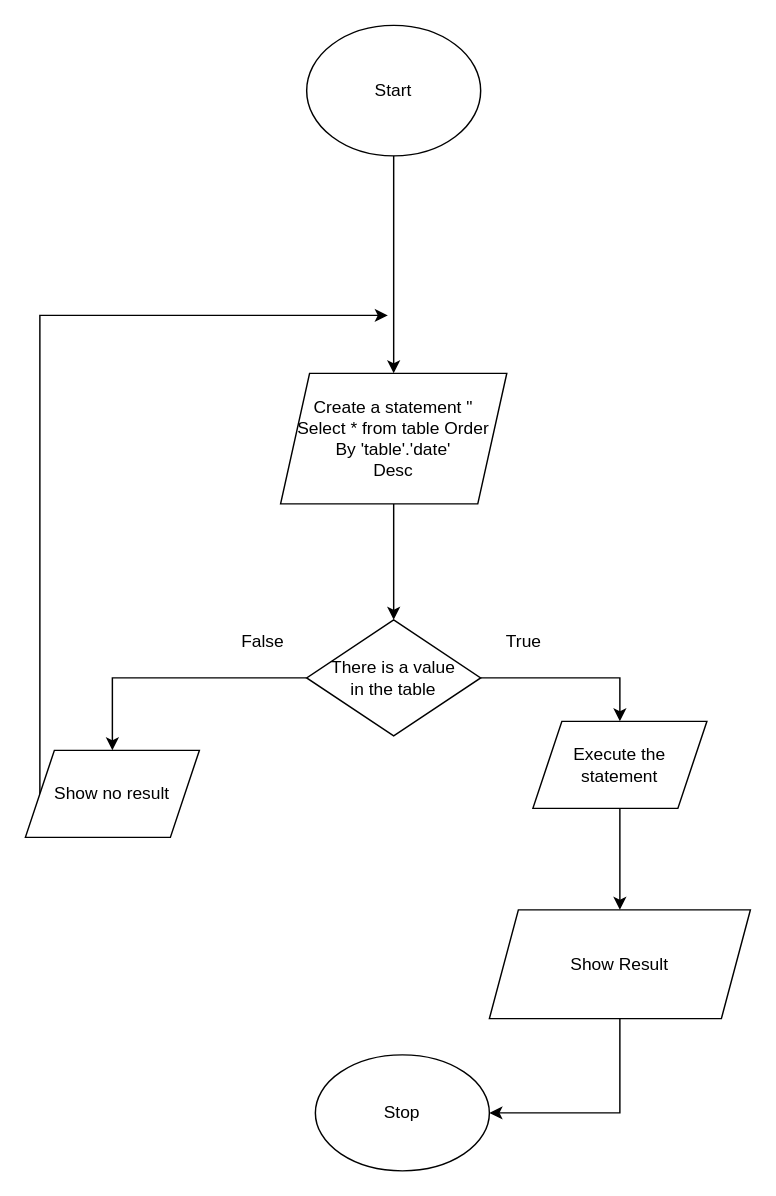
khanh8603/khanh8603 keeps this draw.io diagram as page "Order by release date DESC'" (3 of 4) of Filterphone.drawio. Above is the earlier version. Source tidied: cells renumbered, new cells numbered last; positions are measured from the earlier drawing's top-left corner, leaving out a move shared by most shapes. Both pictures are drawn from the tidied source at 145%, with x=0, y=0 at pixel (25, 25).
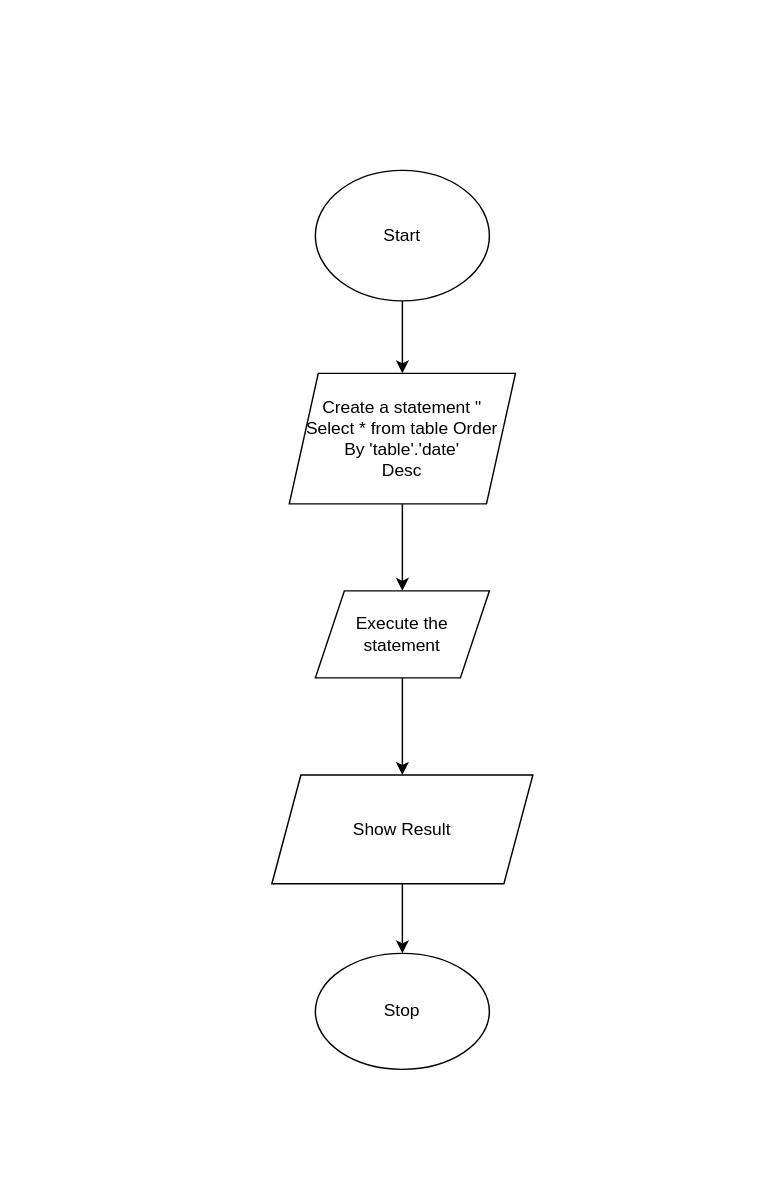
The same diagram, later.

The edit, as a diff of the source:
```diff
@@
 <mxGraphModel>
   <root>
     <mxCell id="0" />
     <mxCell id="1" parent="0" />
     <mxCell id="2" value="Start" style="ellipse;whiteSpace=wrap;html=1;" parent="1" vertex="1">
-      <mxGeometry x="194" width="120" height="90" as="geometry" />
+      <mxGeometry x="200" y="100" width="120" height="90" as="geometry" />
     </mxCell>
     <mxCell id="3" value="Stop" style="ellipse;whiteSpace=wrap;html=1;" parent="1" vertex="1">
-      <mxGeometry x="200" y="710" width="120" height="80" as="geometry" />
+      <mxGeometry x="200" y="640" width="120" height="80" as="geometry" />
     </mxCell>
     <mxCell id="4" style="edgeStyle=orthogonalEdgeStyle;rounded=0;jettySize=auto;html=1;exitX=0.5;exitY=1;exitDx=0;exitDy=0;entryX=0.5;entryY=0;entryDx=0;entryDy=0;" parent="1" edge="1" source="2" target="6">
       <mxGeometry relative="1" as="geometry" />
     </mxCell>
-    <mxCell id="5" style="edgeStyle=orthogonalEdgeStyle;rounded=0;jettySize=auto;html=1;exitX=0.5;exitY=1;exitDx=0;exitDy=0;entryX=0.5;entryY=0;entryDx=0;entryDy=0;" parent="1" edge="1" source="6" target="9">
+    <mxCell id="5" style="edgeStyle=orthogonalEdgeStyle;rounded=0;jettySize=auto;html=1;exitX=0.5;exitY=1;exitDx=0;exitDy=0;entryX=0.5;entryY=0;entryDx=0;entryDy=0;" parent="1" edge="1" source="6" target="17">
       <mxGeometry relative="1" as="geometry" />
     </mxCell>
     <mxCell id="6" value="Create a statement &quot;&lt;br&gt;Select * from table Order&lt;br&gt;By 'table'.'date'&lt;br&gt;Desc" style="shape=parallelogram;perimeter=parallelogramPerimeter;whiteSpace=wrap;html=1;fixedSize=1;" parent="1" vertex="1">
-      <mxGeometry x="176" y="240" width="156" height="90" as="geometry" />
+      <mxGeometry x="182" y="240" width="156" height="90" as="geometry" />
     </mxCell>
     <mxCell id="7" style="edgeStyle=orthogonalEdgeStyle;rounded=0;jettySize=auto;html=1;entryX=0.5;entryY=0;entryDx=0;entryDy=0;" parent="1" edge="1" source="17" target="11">
       <mxGeometry relative="1" as="geometry" />
     </mxCell>
-    <mxCell id="8" style="edgeStyle=orthogonalEdgeStyle;rounded=0;jettySize=auto;html=1;exitX=0;exitY=0.5;exitDx=0;exitDy=0;entryX=0.5;entryY=0;entryDx=0;entryDy=0;" parent="1" edge="1" source="9" target="13">
-      <mxGeometry relative="1" as="geometry" />
-    </mxCell>
-    <mxCell id="9" value="There is a value&lt;br&gt;in the table" style="rhombus;whiteSpace=wrap;html=1;" parent="1" vertex="1">
-      <mxGeometry x="194" y="410" width="120" height="80" as="geometry" />
-    </mxCell>
-    <mxCell id="10" style="edgeStyle=orthogonalEdgeStyle;rounded=0;jettySize=auto;html=1;exitX=0.5;exitY=1;exitDx=0;exitDy=0;entryX=1;entryY=0.5;entryDx=0;entryDy=0;" parent="1" edge="1" source="11" target="3">
+    <mxCell id="10" style="edgeStyle=orthogonalEdgeStyle;rounded=0;jettySize=auto;html=1;exitX=0.5;exitY=1;exitDx=0;exitDy=0;entryX=0.5;entryY=0;entryDx=0;entryDy=0;" parent="1" edge="1" source="11" target="3">
       <mxGeometry relative="1" as="geometry" />
     </mxCell>
     <mxCell id="11" value="Show Result" style="shape=parallelogram;perimeter=parallelogramPerimeter;whiteSpace=wrap;html=1;fixedSize=1;" parent="1" vertex="1">
-      <mxGeometry x="320" y="610" width="180" height="75" as="geometry" />
+      <mxGeometry x="170" y="517" width="180" height="75" as="geometry" />
     </mxCell>
-    <mxCell id="12" style="edgeStyle=orthogonalEdgeStyle;rounded=0;jettySize=auto;html=1;exitX=0;exitY=0.5;exitDx=0;exitDy=0;" parent="1" edge="1" source="13">
-      <mxGeometry relative="1" as="geometry">
-        <mxPoint x="250" y="200" as="targetPoint" />
-        <Array as="points">
-          <mxPoint x="10" y="200" />
-        </Array>
-      </mxGeometry>
-    </mxCell>
-    <mxCell id="13" value="Show no result" style="shape=parallelogram;perimeter=parallelogramPerimeter;whiteSpace=wrap;html=1;fixedSize=1;" parent="1" vertex="1">
-      <mxGeometry y="500" width="120" height="60" as="geometry" />
-    </mxCell>
-    <mxCell id="14" value="True" style="text;html=1;strokeColor=none;fillColor=none;align=center;verticalAlign=middle;whiteSpace=wrap;rounded=0;" parent="1" vertex="1">
-      <mxGeometry x="314" y="410" width="60" height="30" as="geometry" />
-    </mxCell>
-    <mxCell id="15" value="False" style="text;html=1;strokeColor=none;fillColor=none;align=center;verticalAlign=middle;whiteSpace=wrap;rounded=0;" parent="1" vertex="1">
-      <mxGeometry x="134" y="410" width="60" height="30" as="geometry" />
-    </mxCell>
-    <mxCell id="16" style="edgeStyle=orthogonalEdgeStyle;rounded=0;jettySize=auto;html=1;entryX=0.5;entryY=0;entryDx=0;entryDy=0;" parent="1" edge="1" source="9" target="17">
-      <mxGeometry relative="1" as="geometry" />
-    </mxCell>
     <mxCell id="17" value="Execute the statement" style="shape=parallelogram;perimeter=parallelogramPerimeter;whiteSpace=wrap;html=1;fixedSize=1;" parent="1" vertex="1">
-      <mxGeometry x="350" y="480" width="120" height="60" as="geometry" />
+      <mxGeometry x="200" y="390" width="120" height="60" as="geometry" />
     </mxCell>
   </root>
 </mxGraphModel>
```
